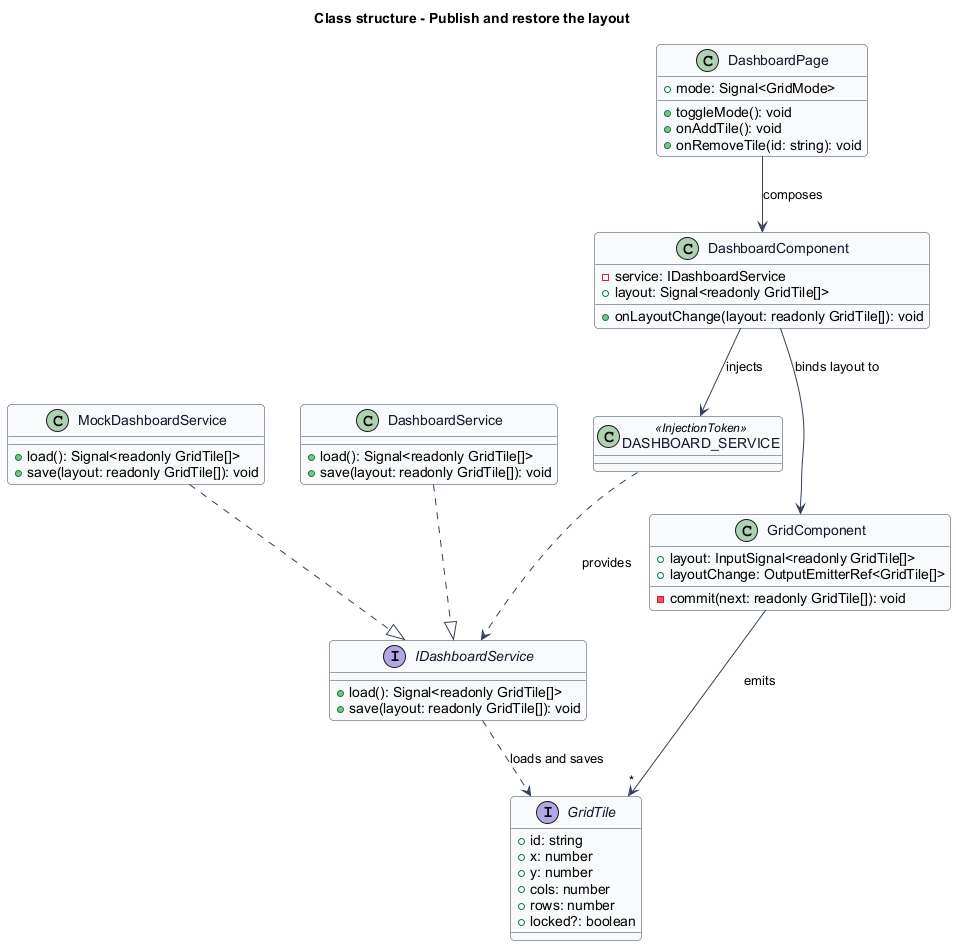
Above: docs/detailed-designs/grid-layout/publish-and-restore-layout/diagrams/class-structure.png in QuinntyneBrown/qbc-grid (PlantUML), before the change.
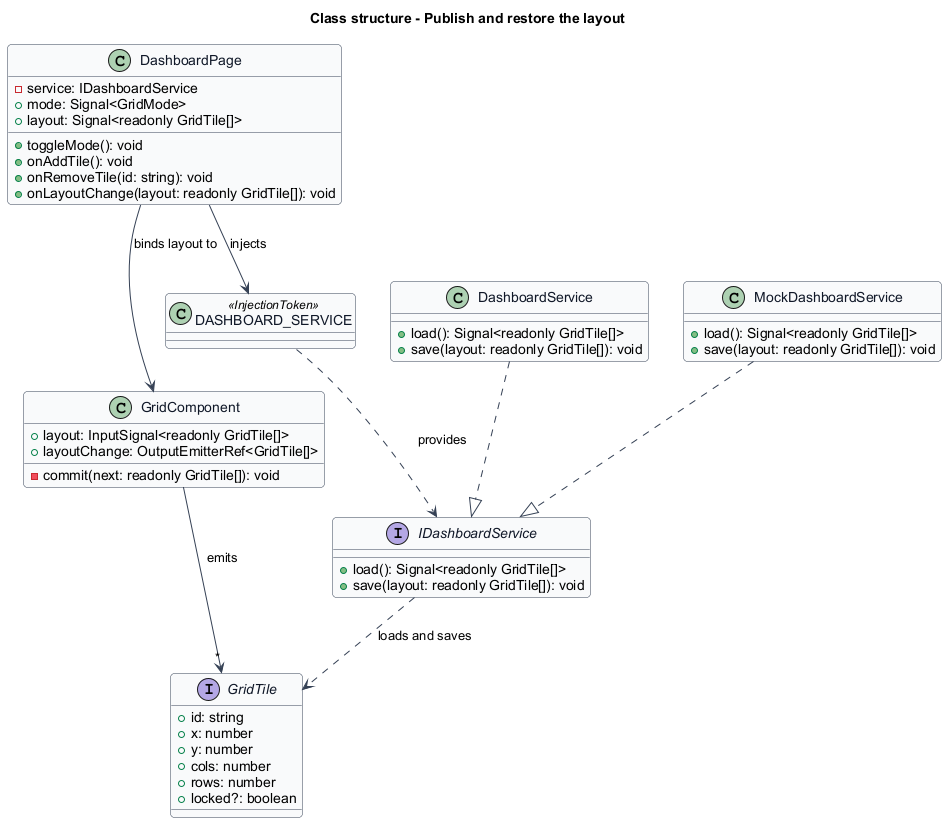
The same file after the commit.

What changed in the source:
```diff
@@ -42,15 +42,12 @@
 }
 
 class DashboardPage {
+  -service: IDashboardService
   +mode: Signal<GridMode>
+  +layout: Signal<readonly GridTile[]>
   +toggleMode(): void
   +onAddTile(): void
   +onRemoveTile(id: string): void
-}
-
-class DashboardComponent {
-  -service: IDashboardService
-  +layout: Signal<readonly GridTile[]>
   +onLayoutChange(layout: readonly GridTile[]): void
 }
 
@@ -60,9 +57,8 @@
 DashboardService ..|> IDashboardService
 MockDashboardService ..|> IDashboardService
 DASHBOARD_SERVICE ..> IDashboardService : provides
-DashboardPage --> DashboardComponent : composes
-DashboardComponent --> DASHBOARD_SERVICE : injects
-DashboardComponent --> GridComponent : binds layout to
+DashboardPage --> DASHBOARD_SERVICE : injects
+DashboardPage --> GridComponent : binds layout to
 GridComponent --> "*" GridTile : emits
 IDashboardService ..> GridTile : loads and saves
 @enduml
```
